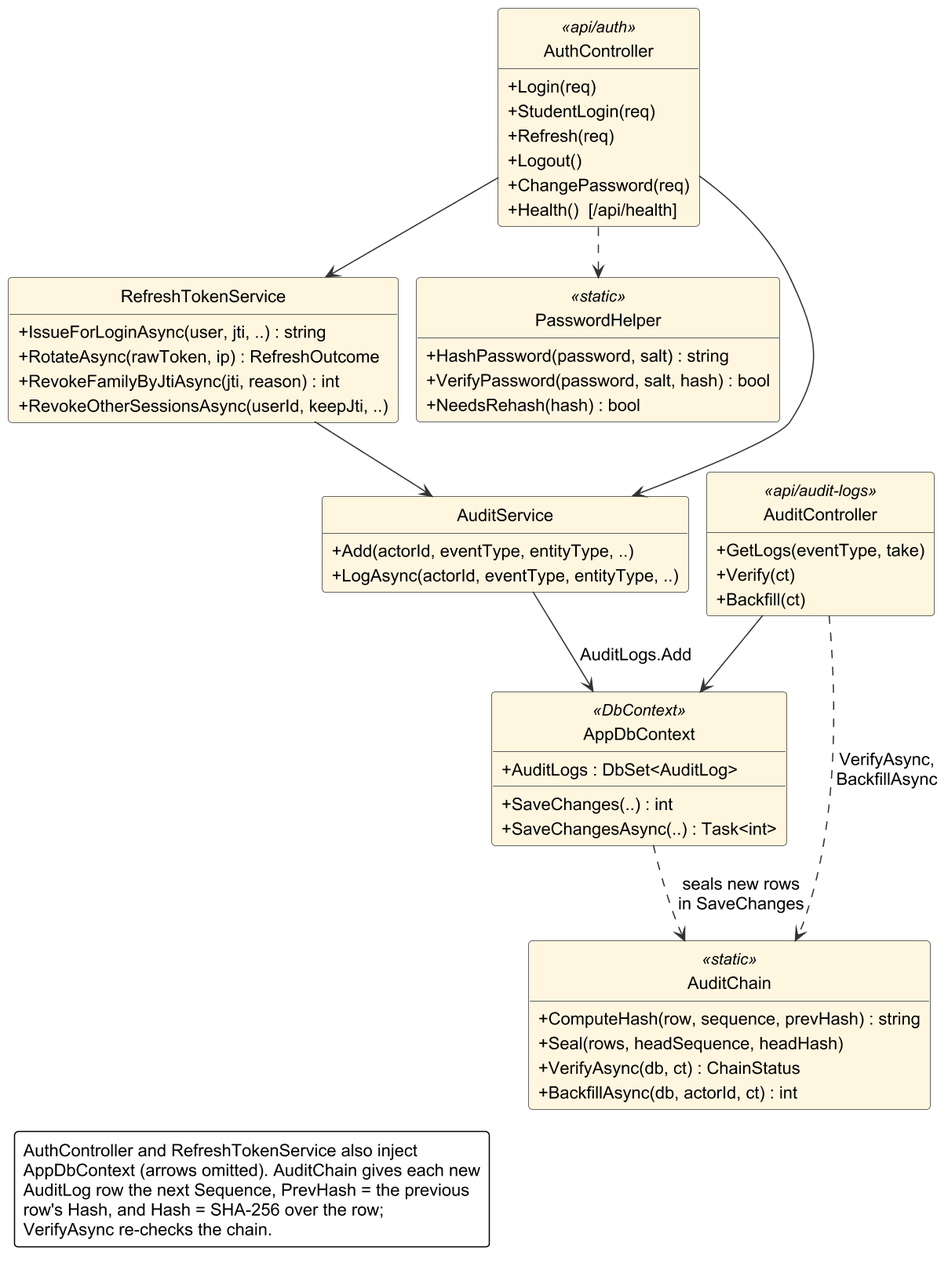
Above: important docs/fyp_doc_3chatp/Figures/class_diagram_server2.png in Haiderali27-hub/AI-Lab-Monitoring- (PlantUML), before the change. Its diagram source:
```plantuml
@startuml
!include style.iuml
hide empty members
hide circle
skinparam classAttributeIconSize 0
skinparam nodesep 14
skinparam ranksep 40
skinparam class {
  FontSize 14
  AttributeFontSize 14
  StereotypeFontSize 13
}
skinparam ArrowFontSize 14
skinparam stereotypeFontSize 13

class AuthController <<api/auth>> #FFF6E0 {
  +Login(req)
  +StudentLogin(req)
  +Refresh(req)
  +Logout()
  +ChangePassword(req)
  +Health()  [/api/health]
}
class RefreshTokenService #FFF6E0 {
  +IssueForLoginAsync(user, jti, ..) : string
  +RotateAsync(rawToken, ip) : RefreshOutcome
  +RevokeFamilyByJtiAsync(jti, reason) : int
  +RevokeOtherSessionsAsync(userId, keepJti, ..)
}
class PasswordHelper <<static>> #FFF6E0 {
  +HashPassword(password, salt) : string
  +VerifyPassword(password, salt, hash) : bool
  +NeedsRehash(hash) : bool
}
class AuditController <<api/audit-logs>> #FFF6E0 {
  +GetLogs(eventType, take)
  +Verify(ct)
  +Backfill(ct)
}
class AuditService #FFF6E0 {
  +Add(actorId, eventType, entityType, ..)
  +LogAsync(actorId, eventType, entityType, ..)
}
class AuditChain <<static>> #FFF6E0 {
  +ComputeHash(row, sequence, prevHash) : string
  +Seal(rows, headSequence, headHash)
  +VerifyAsync(db, ct) : ChainStatus
  +BackfillAsync(db, actorId, ct) : int
}
class AppDbContext <<DbContext>> #FFF6E0 {
  +AuditLogs : DbSet<AuditLog>
  +SaveChanges(..) : int
  +SaveChangesAsync(..) : Task<int>
}

AuthController --> RefreshTokenService
AuthController ..> PasswordHelper
AuthController --> AuditService
RefreshTokenService --> AuditService
AuditController --> AppDbContext
AuditController ..> AuditChain : VerifyAsync,\nBackfillAsync
AuditService --> AppDbContext : AuditLogs.Add
AppDbContext ..> AuditChain : seals new rows\nin SaveChanges

skinparam legendFontSize 14
legend bottom left
  AuthController and RefreshTokenService also inject
  AppDbContext (arrows omitted). AuditChain gives each new
  AuditLog row the next Sequence, PrevHash = the previous
  row's Hash, and Hash = SHA-256 over the row;
  VerifyAsync re-checks the chain.
endlegend
@enduml
```
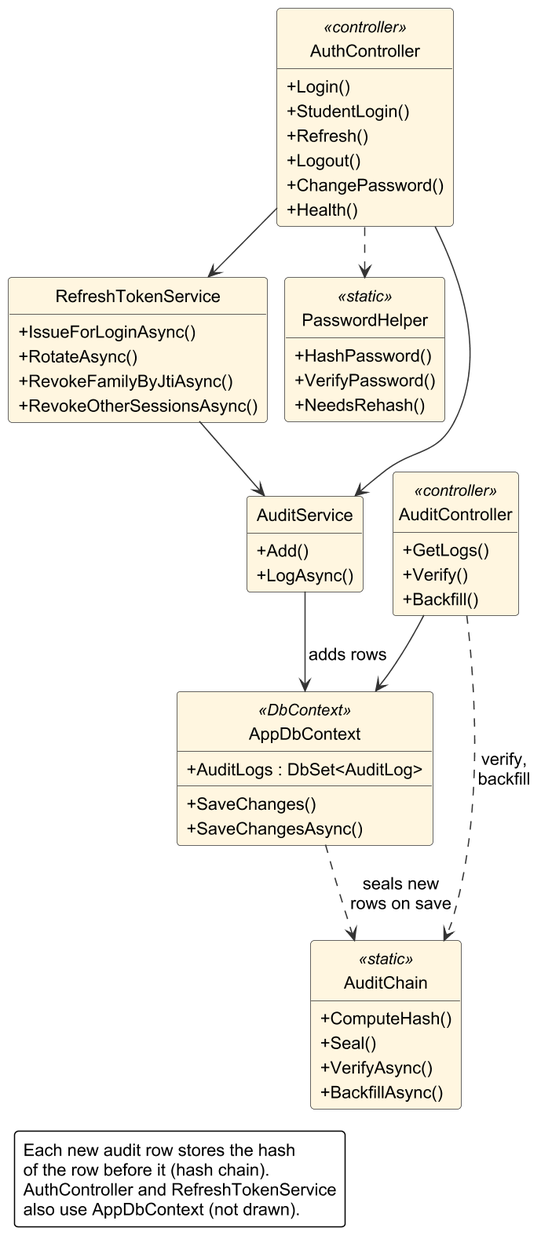
Above is the later version.

The edit, as a diff of the source:
```diff
@@ -13,44 +13,44 @@
 skinparam ArrowFontSize 14
 skinparam stereotypeFontSize 13
 
-class AuthController <<api/auth>> #FFF6E0 {
-  +Login(req)
-  +StudentLogin(req)
-  +Refresh(req)
+class AuthController <<controller>> #FFF6E0 {
+  +Login()
+  +StudentLogin()
+  +Refresh()
   +Logout()
-  +ChangePassword(req)
-  +Health()  [/api/health]
+  +ChangePassword()
+  +Health()
 }
 class RefreshTokenService #FFF6E0 {
-  +IssueForLoginAsync(user, jti, ..) : string
-  +RotateAsync(rawToken, ip) : RefreshOutcome
-  +RevokeFamilyByJtiAsync(jti, reason) : int
-  +RevokeOtherSessionsAsync(userId, keepJti, ..)
+  +IssueForLoginAsync()
+  +RotateAsync()
+  +RevokeFamilyByJtiAsync()
+  +RevokeOtherSessionsAsync()
 }
 class PasswordHelper <<static>> #FFF6E0 {
-  +HashPassword(password, salt) : string
-  +VerifyPassword(password, salt, hash) : bool
-  +NeedsRehash(hash) : bool
+  +HashPassword()
+  +VerifyPassword()
+  +NeedsRehash()
 }
-class AuditController <<api/audit-logs>> #FFF6E0 {
-  +GetLogs(eventType, take)
-  +Verify(ct)
-  +Backfill(ct)
+class AuditController <<controller>> #FFF6E0 {
+  +GetLogs()
+  +Verify()
+  +Backfill()
 }
 class AuditService #FFF6E0 {
-  +Add(actorId, eventType, entityType, ..)
-  +LogAsync(actorId, eventType, entityType, ..)
+  +Add()
+  +LogAsync()
 }
 class AuditChain <<static>> #FFF6E0 {
-  +ComputeHash(row, sequence, prevHash) : string
-  +Seal(rows, headSequence, headHash)
-  +VerifyAsync(db, ct) : ChainStatus
-  +BackfillAsync(db, actorId, ct) : int
+  +ComputeHash()
+  +Seal()
+  +VerifyAsync()
+  +BackfillAsync()
 }
 class AppDbContext <<DbContext>> #FFF6E0 {
   +AuditLogs : DbSet<AuditLog>
-  +SaveChanges(..) : int
-  +SaveChangesAsync(..) : Task<int>
+  +SaveChanges()
+  +SaveChangesAsync()
 }
 
 AuthController --> RefreshTokenService
@@ -58,16 +58,15 @@
 AuthController --> AuditService
 RefreshTokenService --> AuditService
 AuditController --> AppDbContext
-AuditController ..> AuditChain : VerifyAsync,\nBackfillAsync
-AuditService --> AppDbContext : AuditLogs.Add
-AppDbContext ..> AuditChain : seals new rows\nin SaveChanges
+AuditController ..> AuditChain : verify,\nbackfill
+AuditService --> AppDbContext : adds rows
+AppDbContext ..> AuditChain : seals new\nrows on save
 
 skinparam legendFontSize 14
 legend bottom left
-  AuthController and RefreshTokenService also inject
-  AppDbContext (arrows omitted). AuditChain gives each new
-  AuditLog row the next Sequence, PrevHash = the previous
-  row's Hash, and Hash = SHA-256 over the row;
-  VerifyAsync re-checks the chain.
+  Each new audit row stores the hash
+  of the row before it (hash chain).
+  AuthController and RefreshTokenService
+  also use AppDbContext (not drawn).
 endlegend
 @enduml
```
